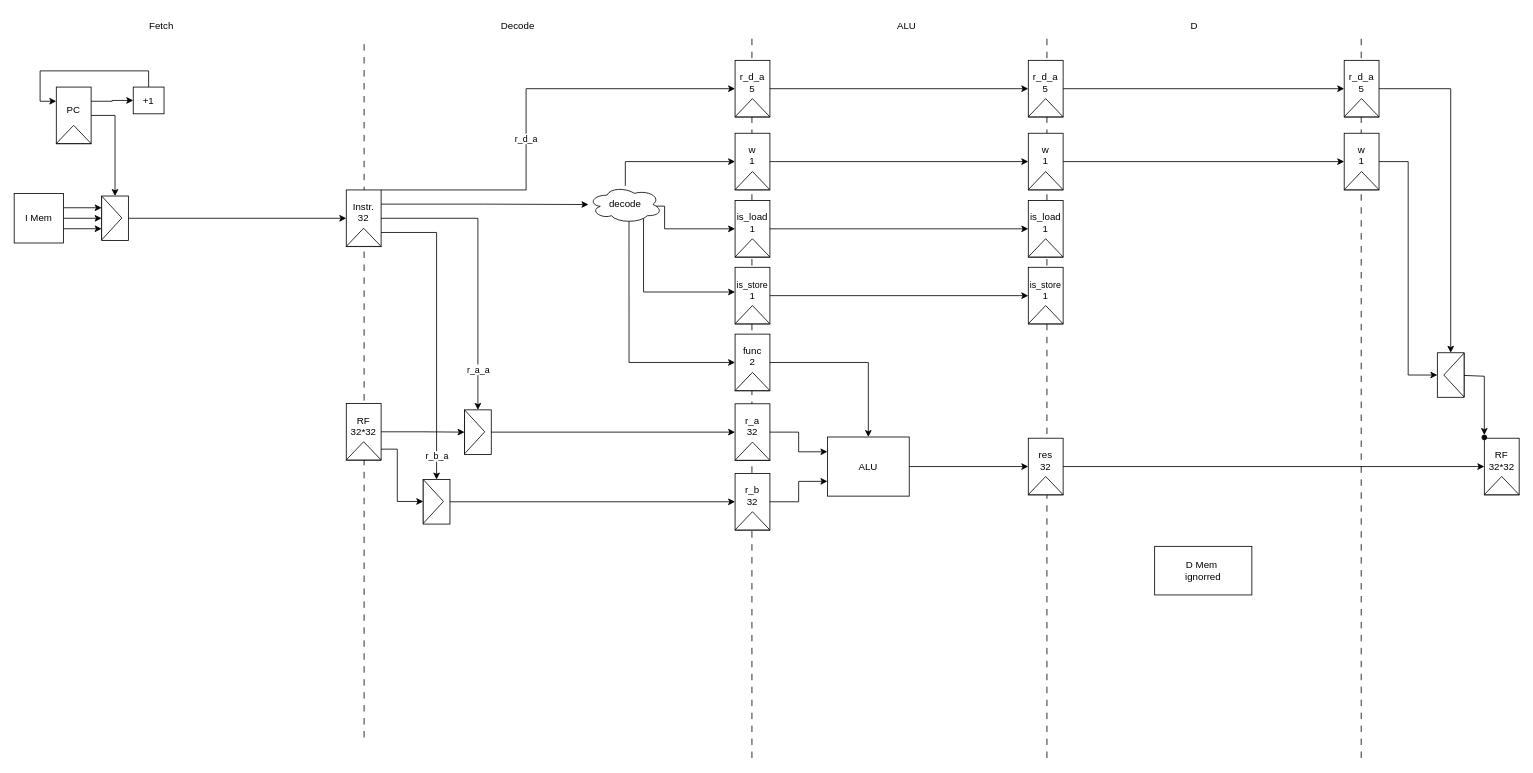
Above: BlockDiagram.drawio in Calador-t/Processor (draw.io), before the change. Source tidied: cells renumbered, new cells numbered last; positions are measured from the earlier drawing's top-left corner, leaving out a move shared by most shapes. Both pictures are drawn from the tidied source at 81%, with x=0, y=0 at pixel (14, 14).
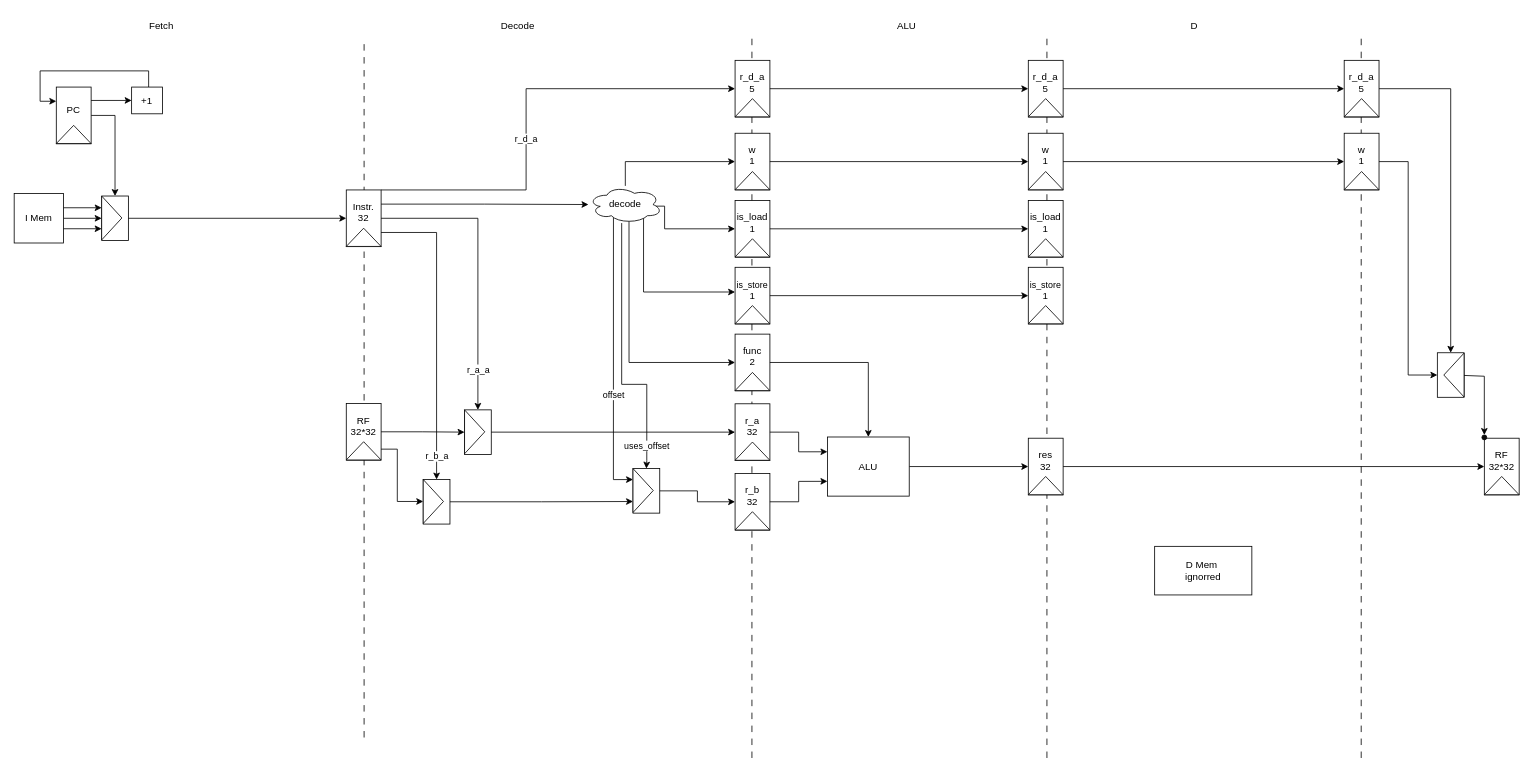
The same diagram, later.

Commit message:
Diagram now enables geting r_b directly from instruction (as value)

The change refers to these unchanged cells:
```xml
<mxCell id="37" value="decode" style="ellipse;shape=cloud;whiteSpace=wrap;html=1;" parent="1" vertex="1">
  <mxGeometry x="709" y="212" width="91" height="46" as="geometry" />
</mxCell>
<mxCell id="49" value="&lt;div&gt;&lt;br&gt;&lt;/div&gt;" style="rounded=0;whiteSpace=wrap;html=1;" parent="48" vertex="1">
  <mxGeometry width="33" height="55" as="geometry" />
</mxCell>
<mxCell id="75" value="&lt;div style=&quot;&quot;&gt;r_b&lt;/div&gt;&lt;div style=&quot;&quot;&gt;32&lt;/div&gt;&lt;div style=&quot;&quot;&gt;&lt;br&gt;&lt;/div&gt;" style="rounded=0;whiteSpace=wrap;html=1;" parent="74" vertex="1">
  <mxGeometry width="43" height="70" as="geometry" />
</mxCell>
```

Diff of the diagram source:
```diff
@@
-    <mxCell id="7" style="group;" parent="1" vertex="1">
-      <mxGeometry x="52" y="90" width="43" height="70" as="geometry" />
-    </mxCell>
-    <mxCell id="8" style="group;" parent="7" vertex="1">
-      <mxGeometry width="43" height="70" as="geometry" />
-    </mxCell>
-    <mxCell id="9" value="PC&lt;div&gt;&lt;br&gt;&lt;/div&gt;" style="rounded=0;whiteSpace=wrap;html=1;" parent="8" vertex="1">
-      <mxGeometry width="43" height="70" as="geometry" />
-    </mxCell>
-    <mxCell id="10" style="triangle;whiteSpace=wrap;html=1;rotation=-90;" parent="8" vertex="1">
-      <mxGeometry x="10.2" y="37" width="22.5" height="43" as="geometry" />
-    </mxCell>
@@
     <mxCell id="12" value="+1" style="rounded=0;whiteSpace=wrap;html=1;" parent="1" vertex="1">
-      <mxGeometry x="147" y="90" width="38" height="33" as="geometry" />
+      <mxGeometry x="145" y="90" width="38" height="33" as="geometry" />
     </mxCell>
-    <mxCell id="13" style="edgeStyle=orthogonalEdgeStyle;rounded=0;jettySize=auto;html=1;exitX=1;exitY=0.25;exitDx=0;exitDy=0;entryX=0;entryY=0.5;entryDx=0;entryDy=0;" parent="1" edge="1" source="9" target="12">
+    <mxCell id="13" style="edgeStyle=orthogonalEdgeStyle;rounded=0;jettySize=auto;html=1;exitX=0.86;exitY=0.236;exitDx=0;exitDy=0;entryX=0;entryY=0.5;entryDx=0;entryDy=0;exitPerimeter=0;" parent="1" edge="1" source="9" target="12">
       <mxGeometry relative="1" as="geometry" />
     </mxCell>
@@
-    <mxCell id="26" style="group;" parent="1" vertex="1">
+    <mxCell id="26" style="group;rotation=90;" parent="1" vertex="1">
       <mxGeometry x="410" y="480.6" width="43" height="70" as="geometry" />
     </mxCell>
@@
+    <mxCell id="138" value="offset" style="edgeStyle=orthogonalEdgeStyle;rounded=0;jettySize=auto;html=1;entryX=0;entryY=0.25;entryDx=0;entryDy=0;exitX=0.339;exitY=0.846;exitDx=0;exitDy=0;exitPerimeter=0;" parent="1" edge="1" source="37" target="143">
+      <mxGeometry x="0.26" relative="1" as="geometry">
+        <Array as="points">
+          <mxPoint x="740" y="575" />
+          <mxPoint x="764" y="575" />
+        </Array>
+      </mxGeometry>
+    </mxCell>
+    <mxCell id="139" value="uses_offset" style="edgeStyle=orthogonalEdgeStyle;rounded=0;jettySize=auto;html=1;entryX=0.5;entryY=0;entryDx=0;entryDy=0;" parent="1" edge="1" source="37" target="142">
+      <mxGeometry x="0.83" relative="1" as="geometry">
+        <Array as="points">
+          <mxPoint x="750" y="457" />
+          <mxPoint x="781" y="457" />
+          <mxPoint x="781" y="551" />
+          <mxPoint x="781" y="551" />
+        </Array>
+      </mxGeometry>
+    </mxCell>
@@
-    <mxCell id="78" style="edgeStyle=orthogonalEdgeStyle;rounded=0;jettySize=auto;html=1;" parent="1" edge="1" source="49" target="75">
-      <mxGeometry relative="1" as="geometry" />
-    </mxCell>
@@
+    <mxCell id="7" style="group;" parent="1" vertex="1">
+      <mxGeometry x="52" y="90" width="43" height="70" as="geometry" />
+    </mxCell>
+    <mxCell id="8" style="group;" parent="7" vertex="1">
+      <mxGeometry width="43" height="70" as="geometry" />
+    </mxCell>
+    <mxCell id="9" value="PC&lt;div&gt;&lt;br&gt;&lt;/div&gt;" style="rounded=0;whiteSpace=wrap;html=1;" parent="8" vertex="1">
+      <mxGeometry width="43" height="70" as="geometry" />
+    </mxCell>
+    <mxCell id="10" style="triangle;whiteSpace=wrap;html=1;rotation=-90;" parent="8" vertex="1">
+      <mxGeometry x="10.2" y="37" width="22.5" height="43" as="geometry" />
+    </mxCell>
+    <mxCell id="140" style="group;" parent="1" vertex="1">
+      <mxGeometry x="764" y="561" width="33" height="55" as="geometry" />
+    </mxCell>
+    <mxCell id="141" style="group;" parent="140" vertex="1">
+      <mxGeometry width="33" height="55" as="geometry" />
+    </mxCell>
+    <mxCell id="142" value="&lt;div&gt;&lt;br&gt;&lt;/div&gt;" style="rounded=0;whiteSpace=wrap;html=1;" parent="141" vertex="1">
+      <mxGeometry width="33" height="55" as="geometry" />
+    </mxCell>
+    <mxCell id="143" style="triangle;whiteSpace=wrap;html=1;rotation=0;" parent="141" vertex="1">
+      <mxGeometry width="25" height="54.2" as="geometry" />
+    </mxCell>
+    <mxCell id="144" style="edgeStyle=orthogonalEdgeStyle;rounded=0;jettySize=auto;html=1;entryX=0;entryY=0.75;entryDx=0;entryDy=0;" parent="1" edge="1" source="49" target="143">
+      <mxGeometry relative="1" as="geometry" />
+    </mxCell>
+    <mxCell id="145" style="edgeStyle=orthogonalEdgeStyle;rounded=0;jettySize=auto;html=1;entryX=0;entryY=0.5;entryDx=0;entryDy=0;" parent="1" edge="1" source="142" target="75">
+      <mxGeometry relative="1" as="geometry" />
+    </mxCell>
```
